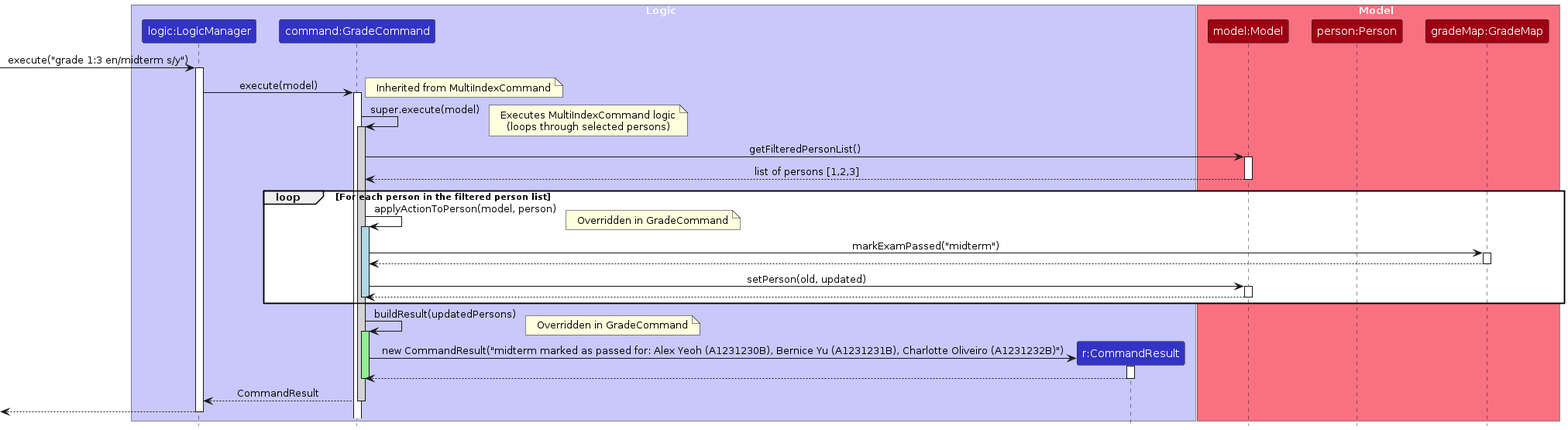
This is diagrams/GradeCommand/GradeSequenceDiagram.png from AY2526S1-CS2103T-T09-3/tp, a PlantUML export, as it was before one commit. Its source is kept beside it as diagrams/GradeCommand/GradeSequenceDiagram.puml.
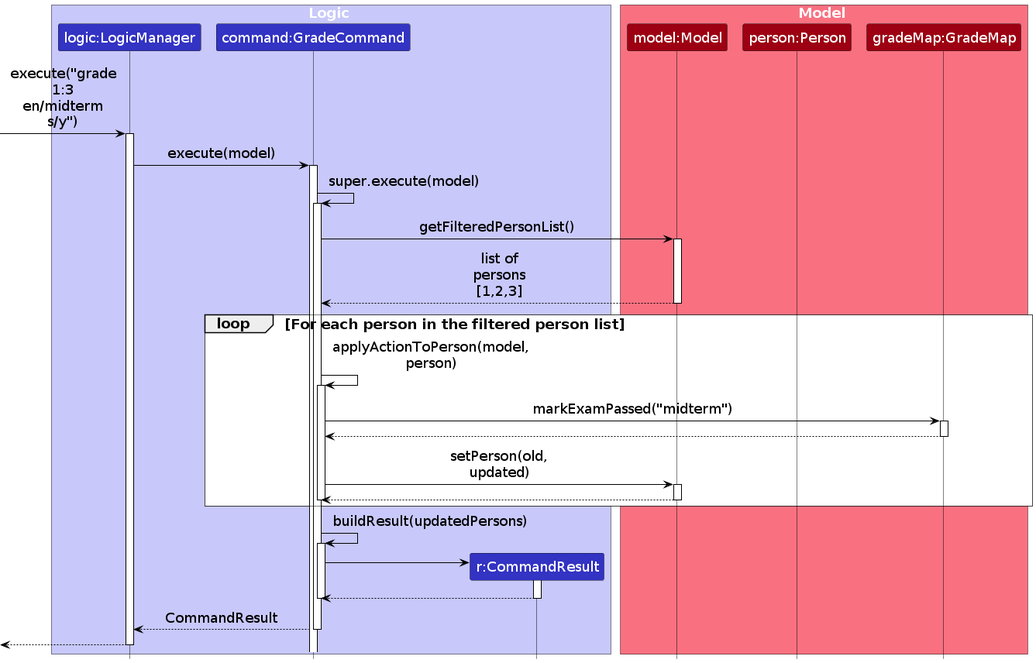
The same diagram one commit later.

Diff of the diagram source:
```diff
@@ -1,6 +1,31 @@
 @startuml
 !include ../style.puml
 skinparam ArrowFontStyle plain
+skinparam defaultFontSize 18
+skinparam ArrowFontSize 18
+skinparam ParticipantFontSize 18
+skinparam NoteFontSize 18
+skinparam BoxFontSize 18
+
+skinparam ParticipantPadding 5
+skinparam BoxPadding 5
+skinparam ArrowThickness 1
+skinparam ArrowColor Black
+skinparam LifelineStrategy solid
+skinparam LifelineStroke 1
+skinparam SequenceMessageAlign center
+skinparam SequenceLifeLineBorderColor Black
+skinparam SequenceLifeLineBorderThickness 0.5
+skinparam SequenceActorBorderThickness 0.5
+skinparam ParticipantMargin 5
+skinparam ParticipantSpacing 40
+skinparam SequenceDiagramPadding 5
+skinparam SequenceMessagePadding 3
+skinparam SequenceBoxBorderThickness 0.5
+skinparam SequenceGroupBorderThickness 0.5
+skinparam SequenceGroupPadding 3
+skinparam SequenceDividerFontSize 16
+skinparam MaxMessageSize 100
 
 box Logic LOGIC_COLOR_T1
 participant "logic:LogicManager" as LogicManager LOGIC_COLOR
@@ -19,11 +44,9 @@
 
 LogicManager -> GradeCommand : execute(model)
 activate GradeCommand
-note right: Inherited from MultiIndexCommand
 
 GradeCommand -> GradeCommand : super.execute(model)
-activate GradeCommand #LightGray
-note right: Executes MultiIndexCommand logic\n(loops through selected persons)
+activate GradeCommand
 
 GradeCommand -> Model : getFilteredPersonList()
 activate Model
@@ -32,8 +55,7 @@
 
 loop For each person in the filtered person list
     GradeCommand -> GradeCommand : applyActionToPerson(model, person)
-    activate GradeCommand #LightBlue
-    note right: Overridden in GradeCommand
+    activate GradeCommand
 
     GradeCommand -> GradeMap : markExamPassed("midterm")
     activate GradeMap
@@ -49,11 +71,10 @@
 end
 
 GradeCommand -> GradeCommand : buildResult(updatedPersons)
-activate GradeCommand #LightGreen
-note right: Overridden in GradeCommand
+activate GradeCommand
 
 create CommandResult
-GradeCommand -> CommandResult : new CommandResult("midterm marked as passed for: Alex Yeoh (A1231230B), Bernice Yu (A1231231B), Charlotte Oliveiro (A1231232B)")
+GradeCommand -> CommandResult
 activate CommandResult
 CommandResult --> GradeCommand
 deactivate CommandResult
```
